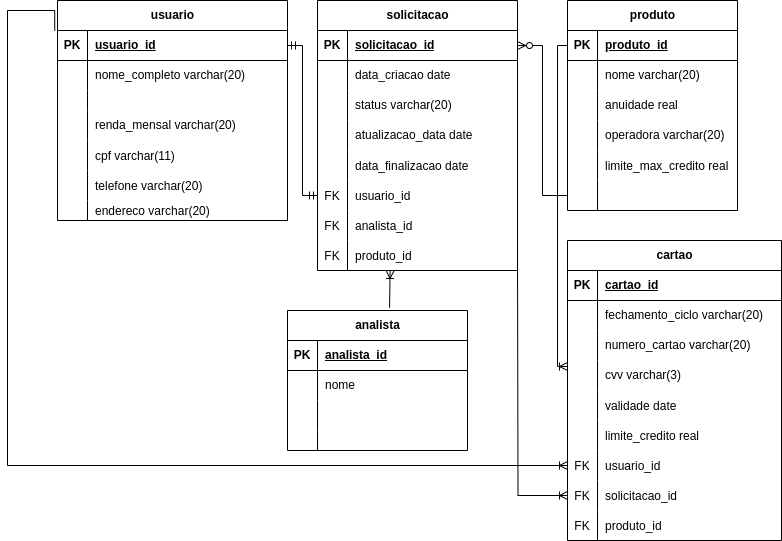
Earlier version of the draw.io export Logico.drawio.png (LilianeDavid93/dataBase). Source tidied: cells renumbered, new cells last; positions are measured from the earlier drawing's top-left corner, leaving out a move shared by most shapes.
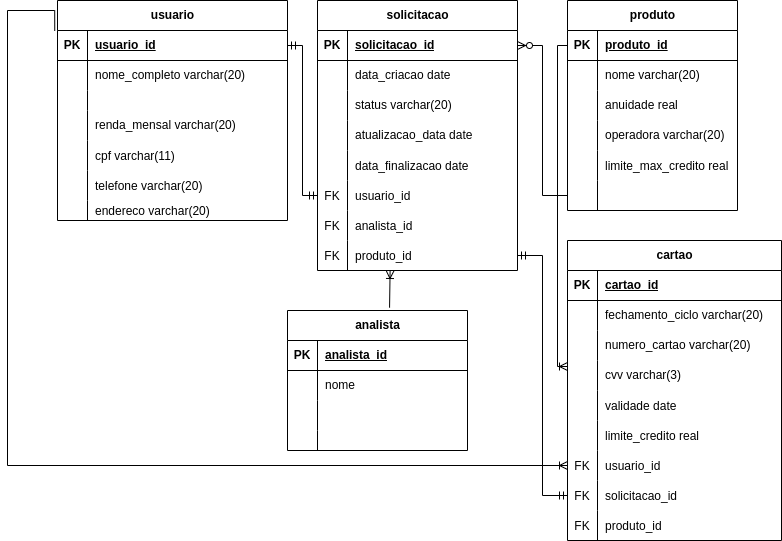
After the change.

Commit message:
Acerto relacionaento

The edit, as a diff of the source:
```diff
@@ -352,10 +352,8 @@
         </Array>
       </mxGeometry>
     </mxCell>
-    <mxCell id="114" style="edgeStyle=orthogonalEdgeStyle;fontSize=12;html=1;endArrow=ERoneToMany;rounded=0;entryX=0;entryY=0.5;entryDx=0;entryDy=0;" parent="1" edge="1" target="103">
-      <mxGeometry relative="1" as="geometry">
-        <mxPoint x="510" y="250" as="sourcePoint" />
-      </mxGeometry>
-    </mxCell>
+    <mxCell id="115" style="edgeStyle=orthogonalEdgeStyle;fontSize=12;html=1;endArrow=ERmandOne;startArrow=ERmandOne;rounded=0;entryX=0;entryY=0.5;entryDx=0;entryDy=0;exitX=1;exitY=0.5;exitDx=0;exitDy=0;" parent="1" edge="1" source="46" target="103">
+      <mxGeometry relative="1" as="geometry" />
+    </mxCell>
   </root>
 </mxGraphModel>
```
